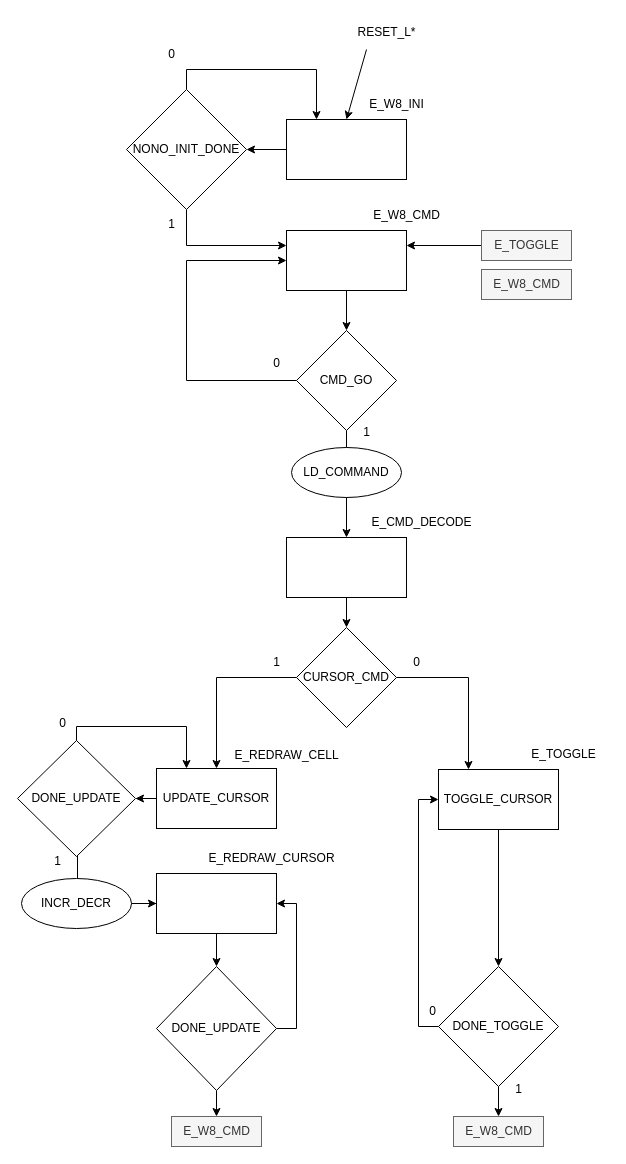
Above: DiagramasDisenio/FicherosDrawio/NONO_CURSOR_UC.drawio in DASDNonograma/Nonograma (draw.io), before the change. Source tidied: cells renumbered, new cells numbered last; positions are measured from the earlier drawing's top-left corner, leaving out a move shared by most shapes. Both pictures are drawn from the tidied source at 100%, with x=0, y=0 at pixel (17, 17).
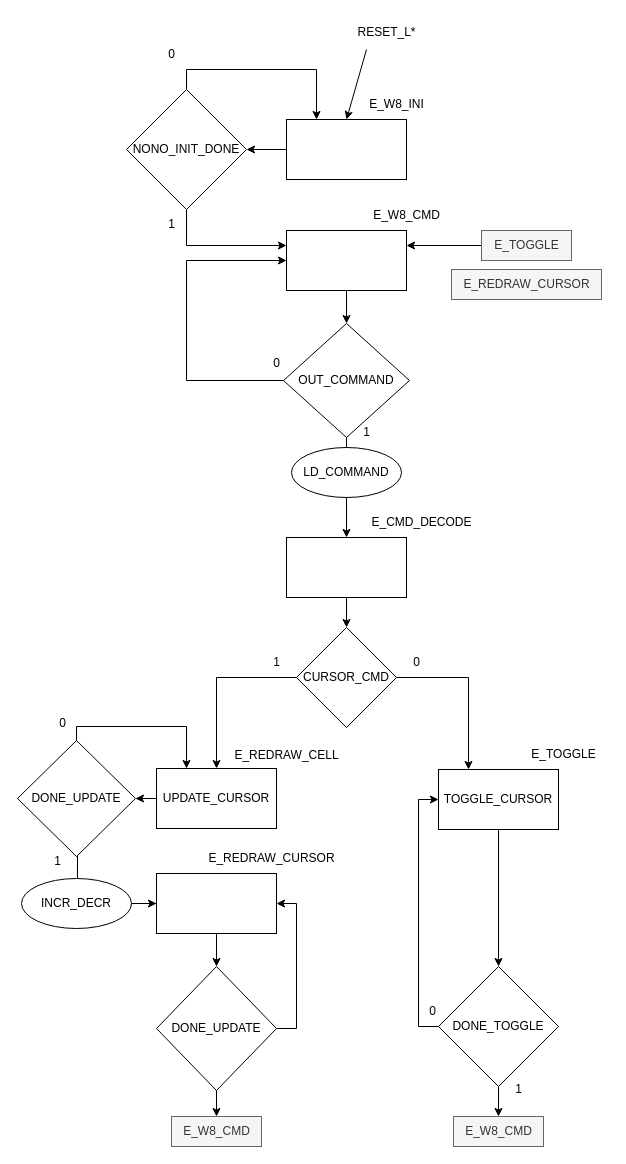
After the change.

The edit, as a diff of the source:
```diff
@@
-    <mxCell id="16" value="CMD_GO" style="rhombus;whiteSpace=wrap;html=1;" parent="1" vertex="1">
-      <mxGeometry x="279" y="313" width="100" height="100" as="geometry" />
+    <mxCell id="16" value="OUT_COMMAND" style="rhombus;whiteSpace=wrap;html=1;" parent="1" vertex="1">
+      <mxGeometry x="266" y="306" width="126" height="114" as="geometry" />
     </mxCell>
@@
-    <mxCell id="31" value="E_W8_CMD" style="text;html=1;align=center;verticalAlign=middle;strokeColor=#666666;fillColor=#f5f5f5;fontColor=#333333;" parent="1" vertex="1">
-      <mxGeometry x="464" y="252" width="90" height="30" as="geometry" />
+    <mxCell id="31" value="E_REDRAW_CURSOR" style="text;html=1;align=center;verticalAlign=middle;strokeColor=#666666;fillColor=#f5f5f5;fontColor=#333333;" parent="1" vertex="1">
+      <mxGeometry x="434" y="252" width="150" height="30" as="geometry" />
     </mxCell>
```
